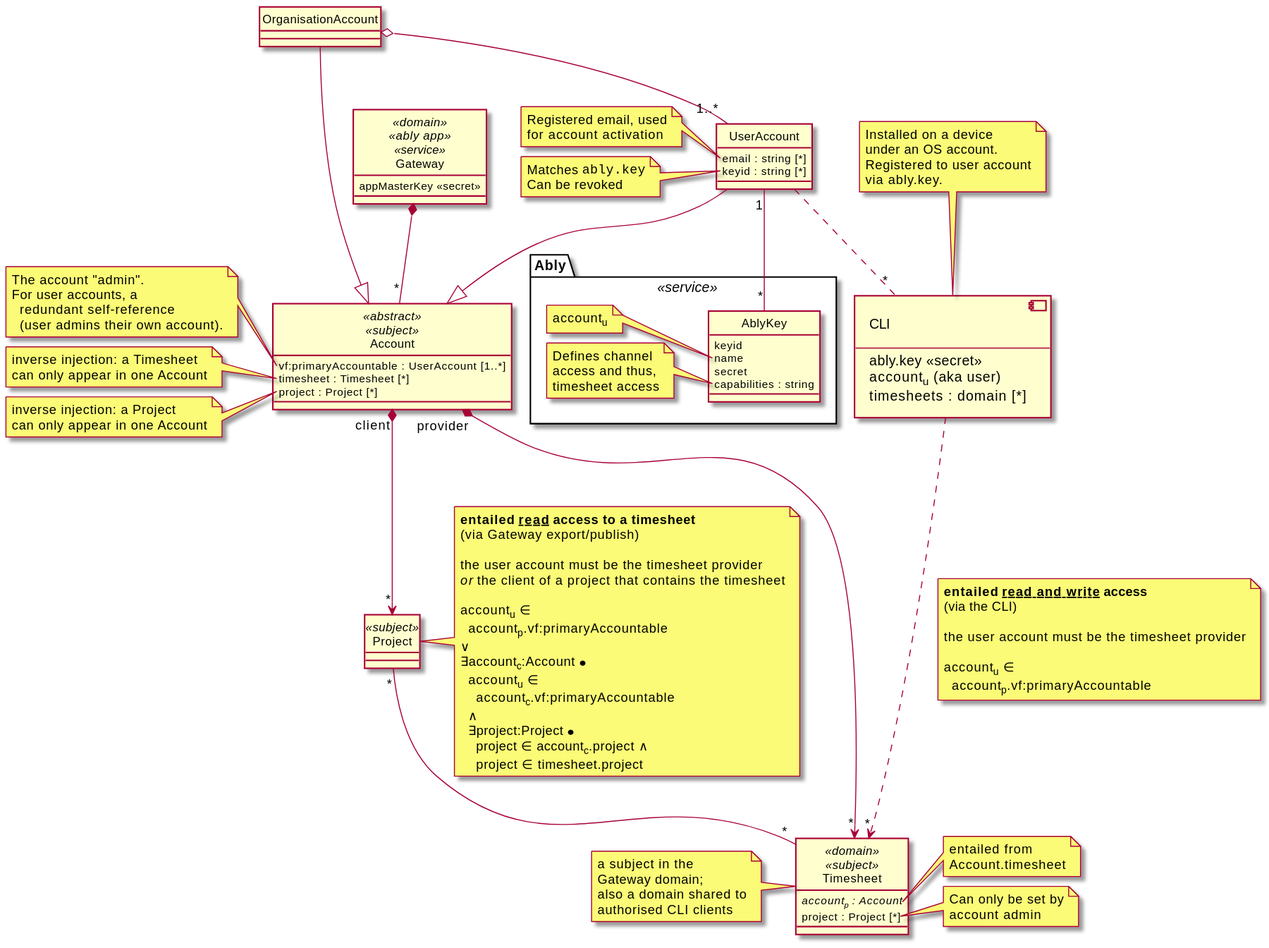
Before: architecture/security/img/accounts.class.svg, a diagram exported from PlantUML (m-ld/timeld).
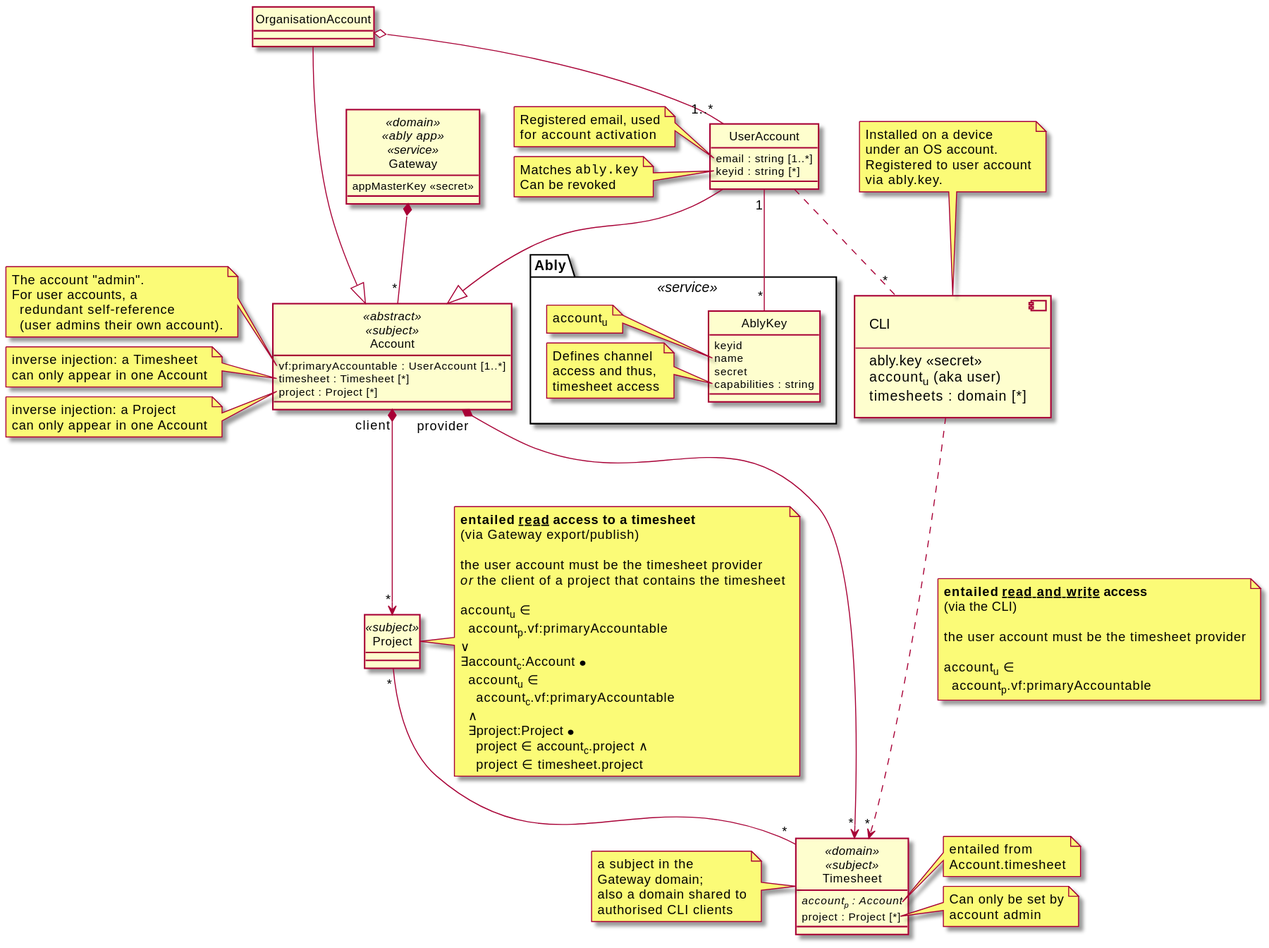
Above is the later version.

Change to the diagram source:
```diff
@@ -34,7 +34,7 @@
 Account "client" *--> "*" Project
 
 class UserAccount {
-  email : string [*]
+  email : string [1..*]
   keyid : string [*]
 }
 note left of UserAccount::email
```
